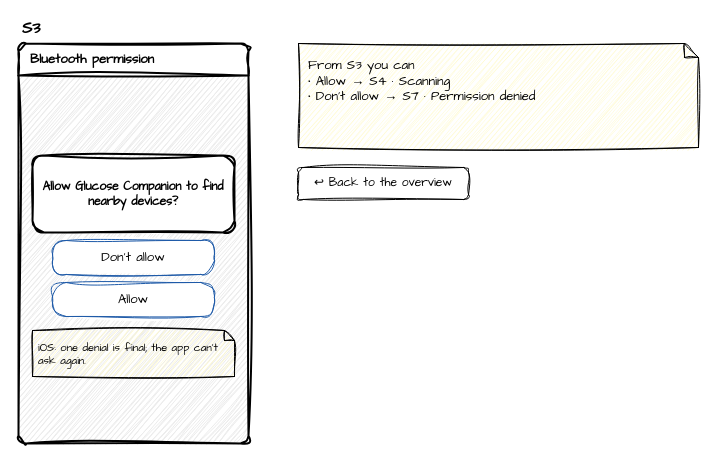
Before: page "S3 Add device — Bluetooth permission" (4 of 15) of docs/examples/pair-a-meter/click-through.drawio in AnilDeshpande/codetutor-mobile-prototyper, a draw.io diagram. Source tidied: cells renumbered, new cells numbered last; positions are measured from the earlier drawing's top-left corner, leaving out a move shared by most shapes. Both pictures are drawn from the tidied source at 100%, with x=0, y=0 at pixel (18, 17).
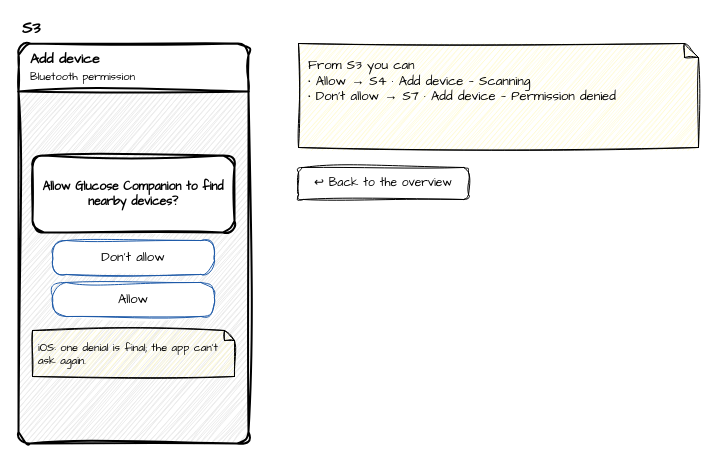
The same diagram, later.

The edit, as a diff of the source:
```diff
@@
 <mxGraphModel>
   <root>
     <mxCell id="0" />
     <mxCell id="1" parent="0" />
-    <mxCell id="2" value="Bluetooth permission" style="sketch=1;curveFitting=1;jiggle=2;hachureGap=4;fontFamily=Architects Daughter;html=1;whiteSpace=wrap;swimlane;startSize=32;rounded=1;arcSize=8;strokeWidth=2;align=left;spacingLeft=10;fontSize=13;fontStyle=1;fillColor=#ffffff;swimlaneFillColor=#ececec;" parent="1" vertex="1">
+    <mxCell id="2" value="&lt;b&gt;Add device&lt;/b&gt;&lt;br&gt;&lt;span style=&quot;font-size:11px&quot;&gt;Bluetooth permission&lt;/span&gt;" style="sketch=1;curveFitting=1;jiggle=2;hachureGap=4;fontFamily=Architects Daughter;html=1;whiteSpace=wrap;swimlane;startSize=48;rounded=1;arcSize=8;strokeWidth=2;align=left;spacingLeft=10;fontSize=14;fontStyle=0;fillColor=#ffffff;swimlaneFillColor=#ececec;" parent="1" vertex="1">
       <mxGeometry y="26" width="230" height="400" as="geometry" />
     </mxCell>
     <mxCell id="3" value="&lt;b&gt;S3&lt;/b&gt;" style="sketch=1;curveFitting=1;jiggle=2;hachureGap=4;fontFamily=Architects Daughter;html=1;whiteSpace=wrap;text;align=left;verticalAlign=middle;fontSize=16;strokeColor=none;fillColor=none;" parent="2" vertex="1">
       <mxGeometry x="2" y="-26" width="50" height="22" as="geometry" />
     </mxCell>
     <mxCell id="4" value="&lt;b&gt;Allow Glucose Companion to find nearby devices?&lt;/b&gt;" style="sketch=1;curveFitting=1;jiggle=2;hachureGap=4;fontFamily=Architects Daughter;html=1;whiteSpace=wrap;rounded=1;fontSize=12;fillColor=#ffffff;strokeWidth=2;spacing=8;" parent="2" vertex="1">
       <mxGeometry x="14" y="112" width="202" height="77" as="geometry" />
     </mxCell>
     <mxCell id="5" value="Don't allow" style="sketch=1;curveFitting=1;jiggle=2;hachureGap=4;fontFamily=Architects Daughter;html=1;whiteSpace=wrap;rounded=1;arcSize=40;fontSize=13;fillColor=#ffffff;strokeColor=#1e5aa8;" parent="2" vertex="1">
       <mxGeometry x="34" y="197" width="162" height="34" as="geometry" />
     </mxCell>
     <mxCell id="6" value="Allow" style="sketch=1;curveFitting=1;jiggle=2;hachureGap=4;fontFamily=Architects Daughter;html=1;whiteSpace=wrap;rounded=1;arcSize=40;fontSize=13;fillColor=#ffffff;strokeColor=#1e5aa8;" parent="2" vertex="1">
       <mxGeometry x="34" y="239" width="162" height="34" as="geometry" />
     </mxCell>
     <mxCell id="7" value="iOS: one denial is final; the app can't ask again." style="sketch=1;curveFitting=1;jiggle=2;hachureGap=4;fontFamily=Architects Daughter;html=1;whiteSpace=wrap;shape=note;size=10;align=left;verticalAlign=top;spacing=6;fontSize=11;fillColor=#fff8c4;" parent="2" vertex="1">
       <mxGeometry x="14" y="287" width="202" height="46" as="geometry" />
     </mxCell>
-    <mxCell id="8" value="From S3 you can&lt;br&gt;• Allow  →  S4 · Scanning&lt;br&gt;• Don't allow  →  S7 · Permission denied" style="sketch=1;curveFitting=1;jiggle=2;hachureGap=4;fontFamily=Architects Daughter;html=1;whiteSpace=wrap;shape=note;size=14;align=left;verticalAlign=top;spacing=10;fontSize=13;fillColor=#fff8c4;" parent="1" vertex="1">
+    <mxCell id="8" value="From S3 you can&lt;br&gt;• Allow  →  S4 · Add device — Scanning&lt;br&gt;• Don't allow  →  S7 · Add device — Permission denied" style="sketch=1;curveFitting=1;jiggle=2;hachureGap=4;fontFamily=Architects Daughter;html=1;whiteSpace=wrap;shape=note;size=14;align=left;verticalAlign=top;spacing=10;fontSize=13;fillColor=#fff8c4;" parent="1" vertex="1">
       <mxGeometry x="280" y="26" width="400" height="104" as="geometry" />
     </mxCell>
     <mxCell id="9" value="↩ Back to the overview" style="sketch=1;curveFitting=1;jiggle=2;hachureGap=4;fontFamily=Architects Daughter;html=1;whiteSpace=wrap;rounded=1;fontSize=12;fillColor=#ffffff;" parent="1" vertex="1">
       <mxGeometry x="280" y="150" width="170" height="32" as="geometry" />
     </mxCell>
   </root>
 </mxGraphModel>
```
